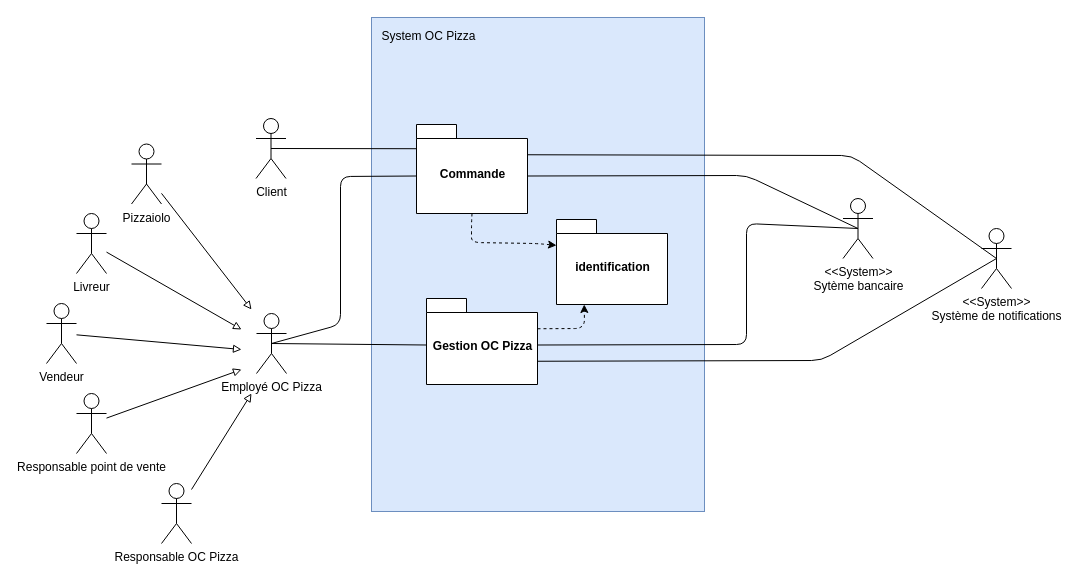
Before: Diagramme de package.drawio in vinsbld/OCP, a draw.io diagram. Source tidied: cells renumbered, new cells numbered last; positions are measured from the earlier drawing's top-left corner, leaving out a move shared by most shapes. Both pictures are drawn from the tidied source at 100%, with x=0, y=0 at pixel (46, 17).
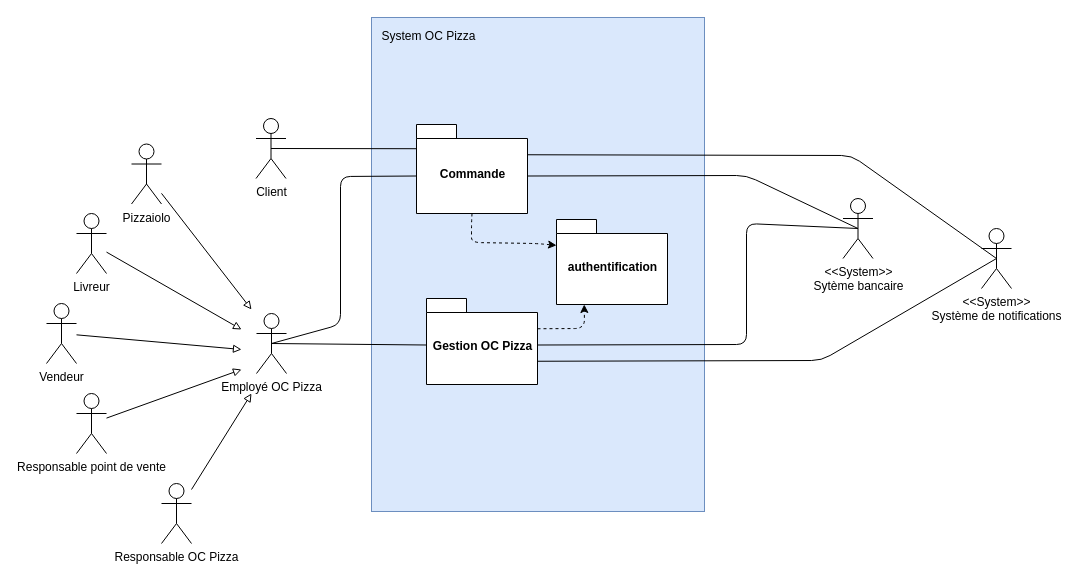
The same page after the edit.

Diff of the diagram source:
```diff
@@
-    <mxCell id="19" value="identification" style="shape=folder;fontStyle=1;spacingTop=10;tabWidth=40;tabHeight=14;tabPosition=left;html=1;" parent="1" vertex="1">
+    <mxCell id="19" value="authentification" style="shape=folder;fontStyle=1;spacingTop=10;tabWidth=40;tabHeight=14;tabPosition=left;html=1;" parent="1" vertex="1">
       <mxGeometry x="510" y="202" width="111" height="85" as="geometry" />
     </mxCell>
```
